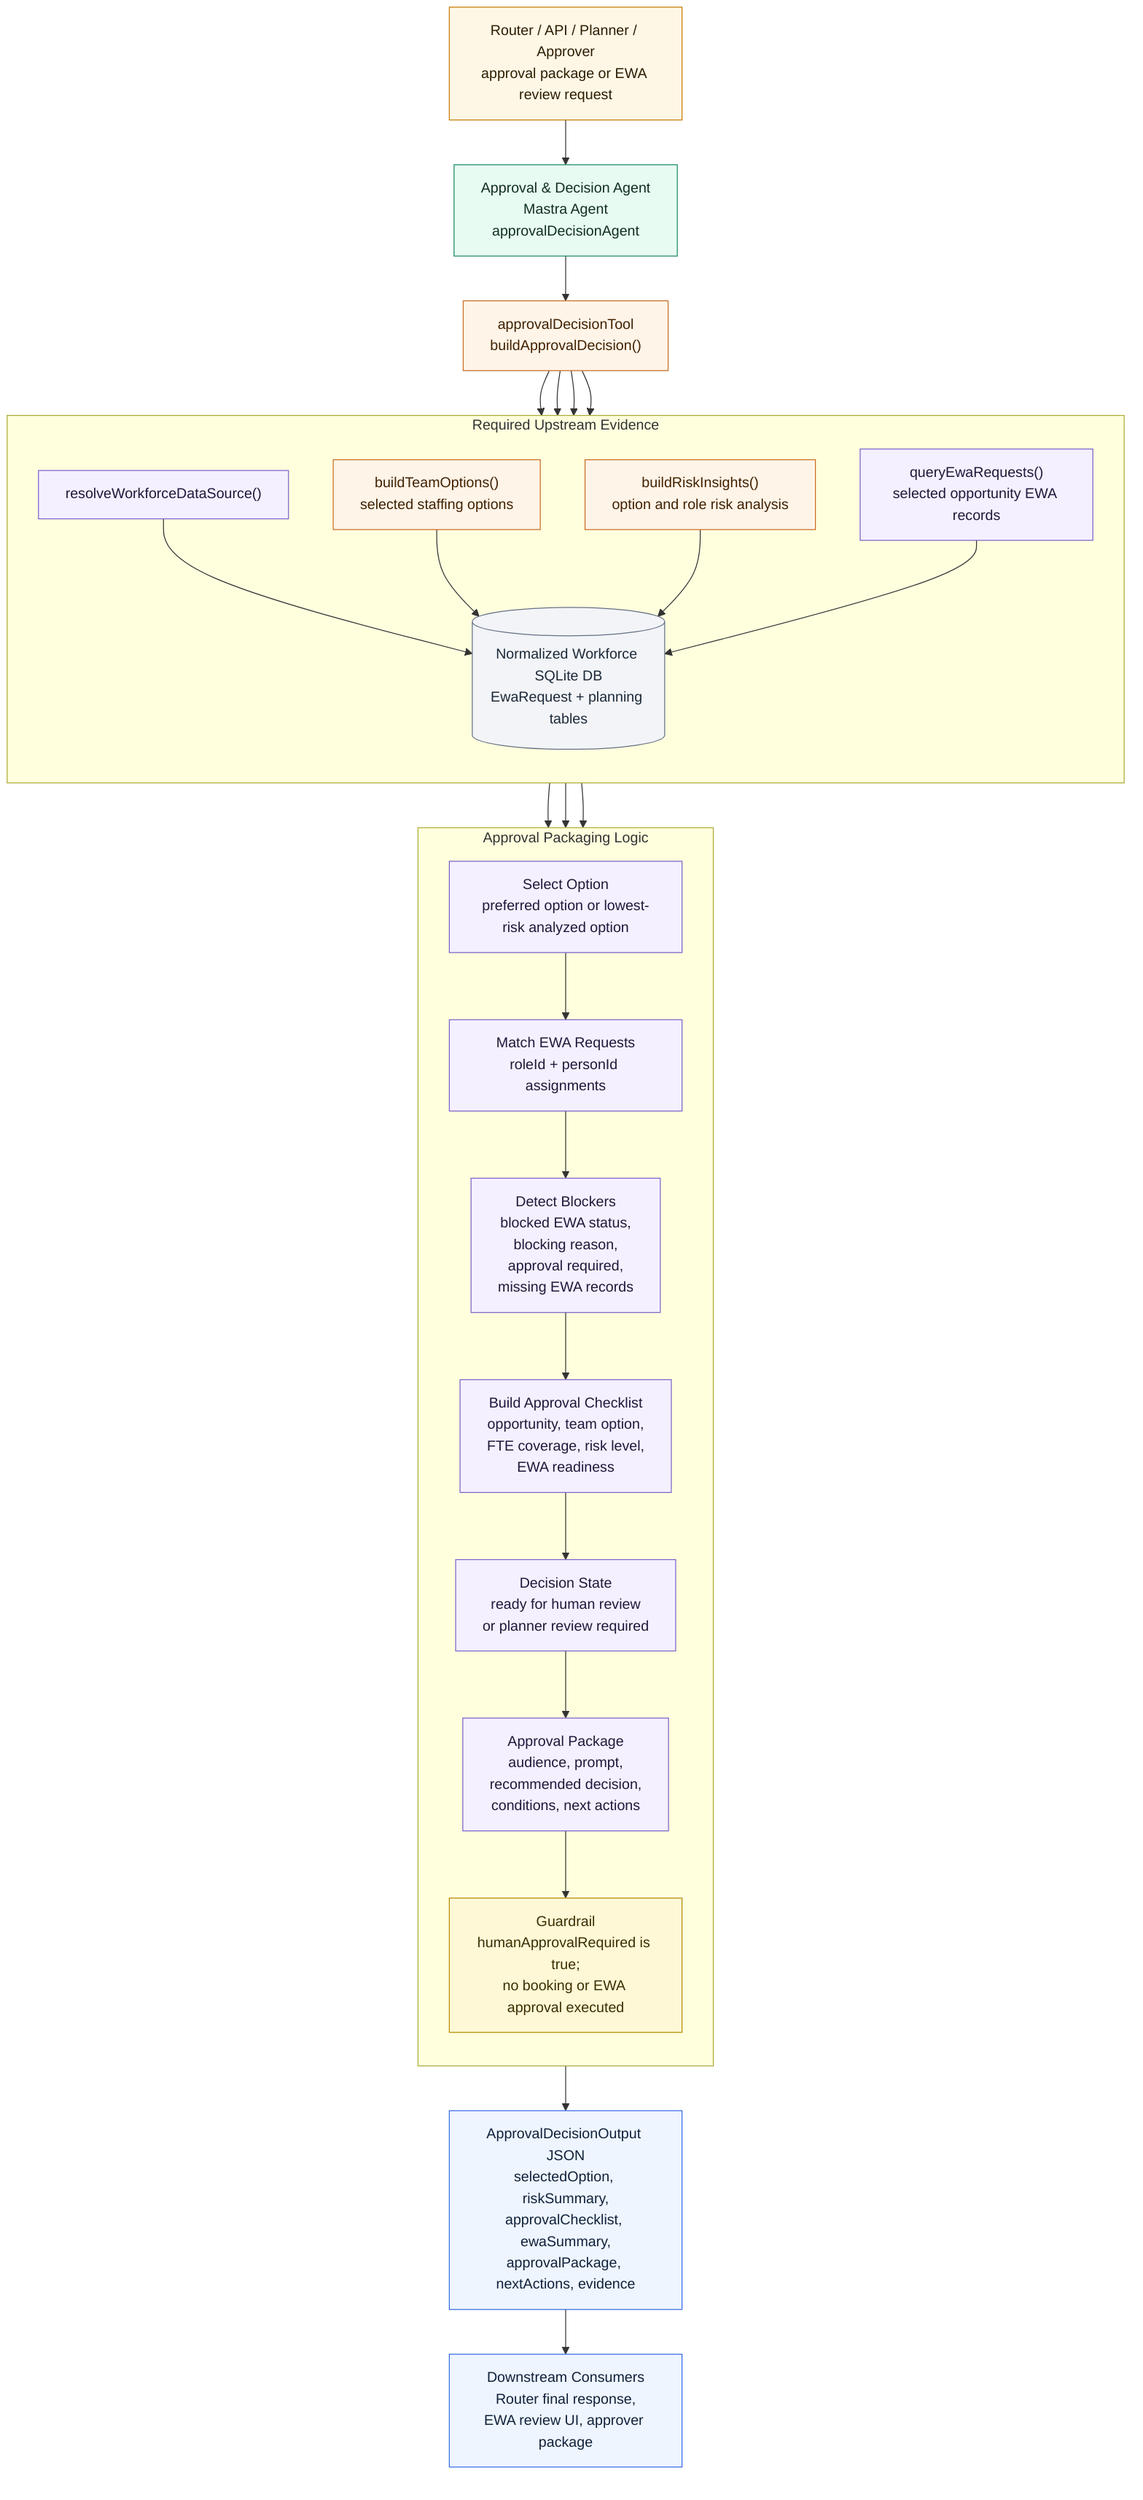
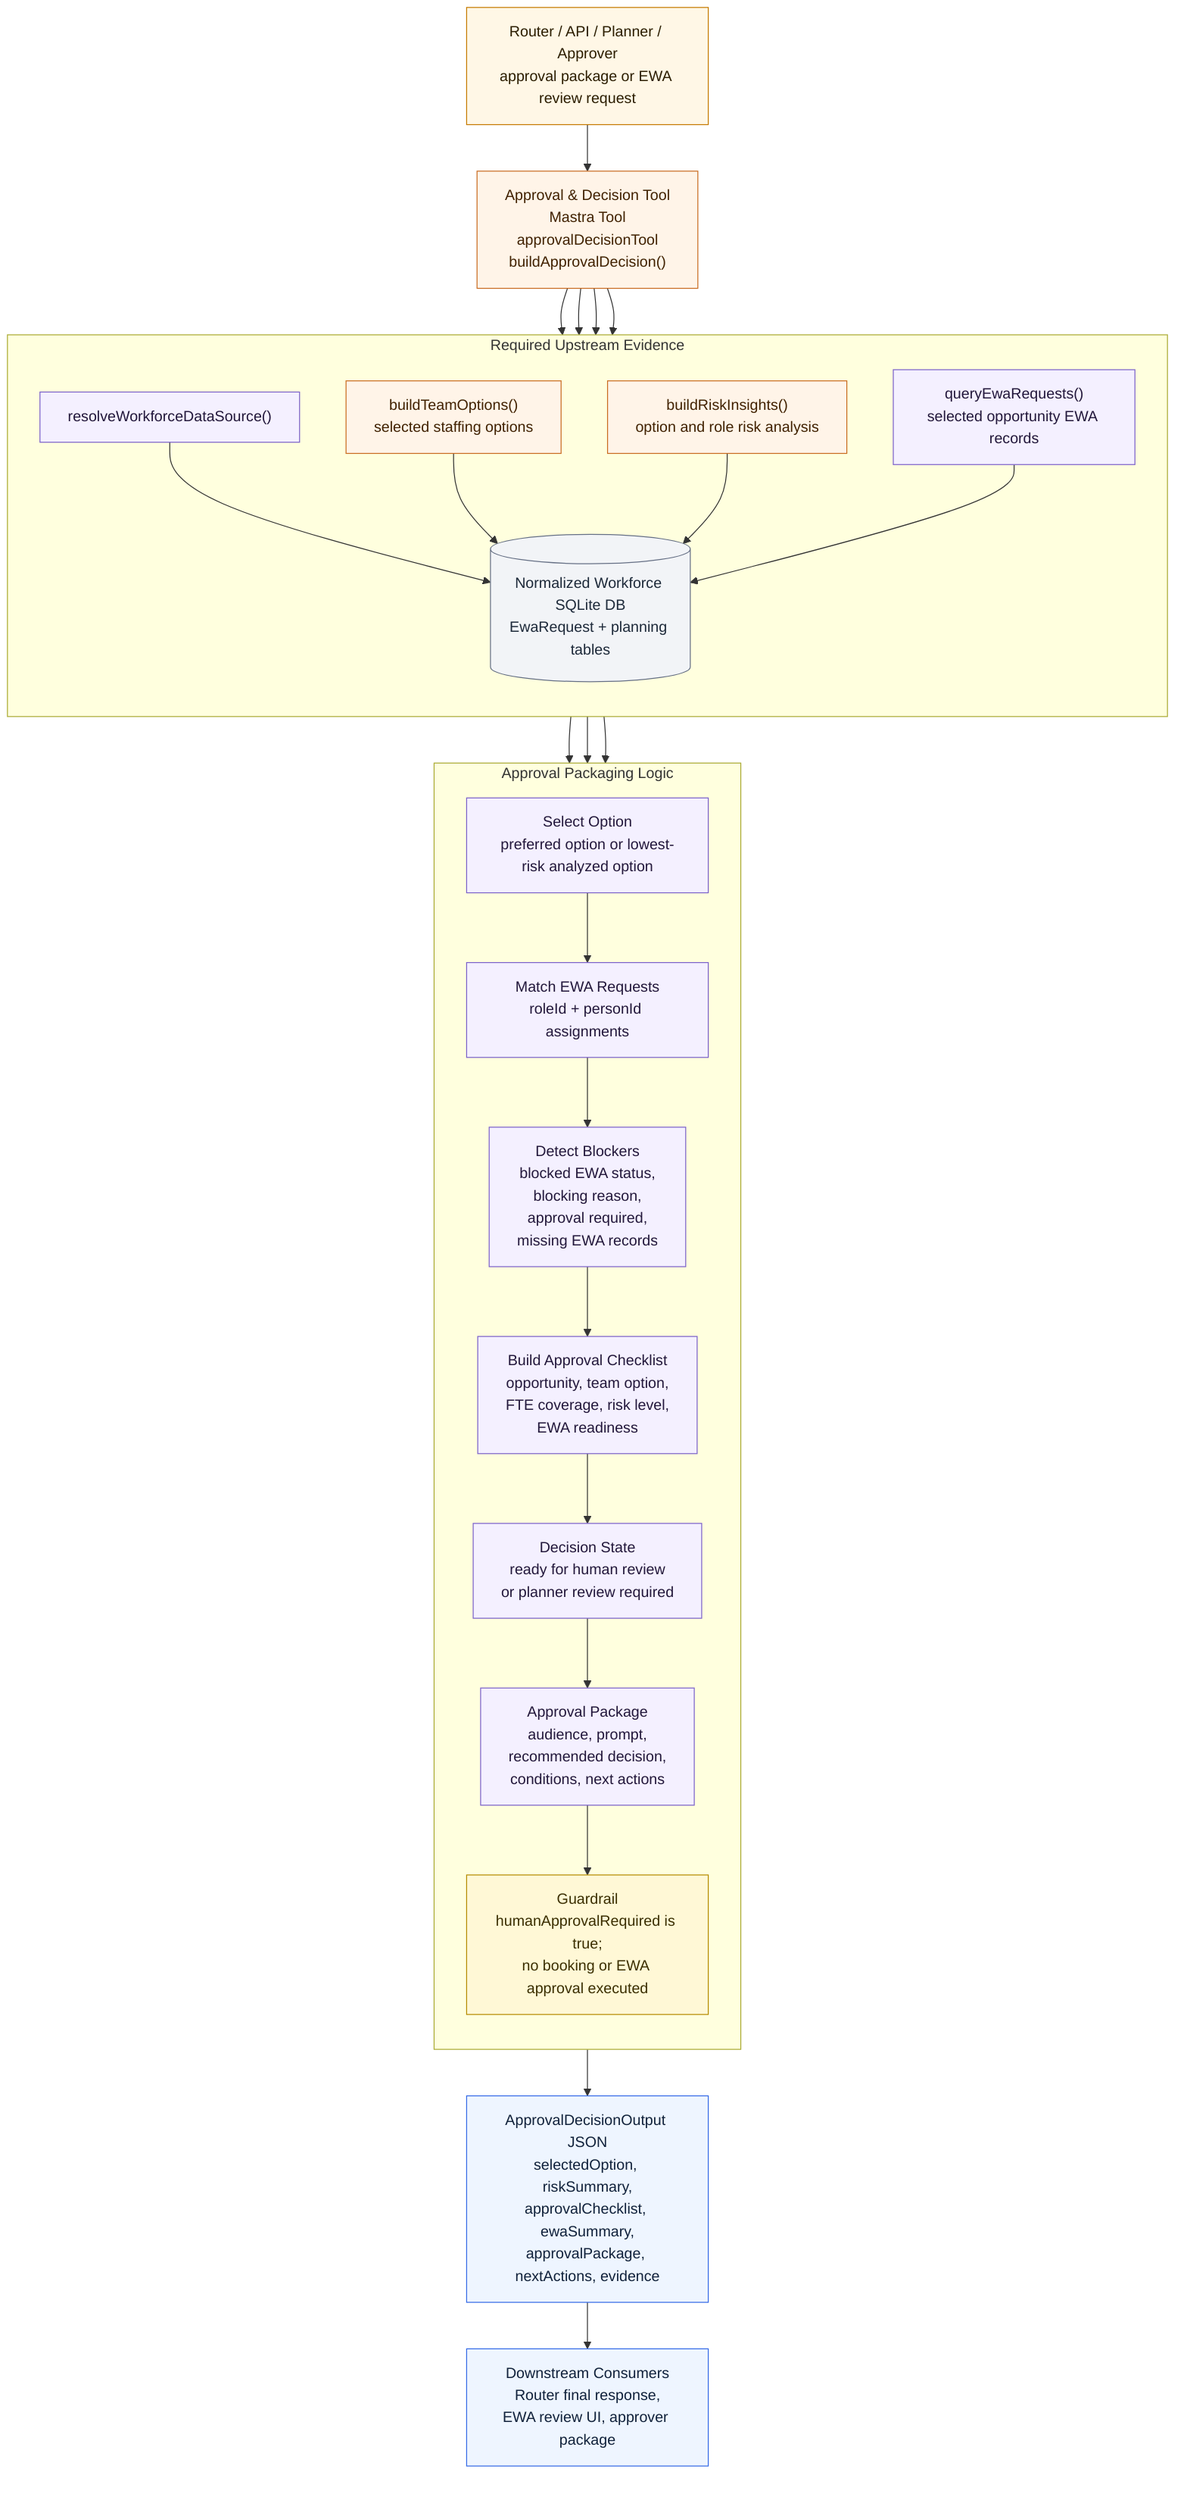
flowchart TD
    caller["Router / API / Planner / Approver<br/>approval package or EWA review request"]
-     agent["Approval & Decision Agent<br/>Mastra Agent<br/>approvalDecisionAgent"]
-     tool["approvalDecisionTool<br/>buildApprovalDecision()"]
+     tool["Approval & Decision Tool<br/>Mastra Tool<br/>approvalDecisionTool<br/>buildApprovalDecision()"]

    subgraph upstream["Required Upstream Evidence"]
        direction TB
        source["resolveWorkforceDataSource()"]
        teamBuilder["buildTeamOptions()<br/>selected staffing options"]
        riskInsights["buildRiskInsights()<br/>option and role risk analysis"]
        ewaQuery["queryEwaRequests()<br/>selected opportunity EWA records"]
        db[("Normalized Workforce SQLite DB<br/>EwaRequest + planning tables")]
    end

    subgraph logic["Approval Packaging Logic"]
        direction TB
        selectOption["Select Option<br/>preferred option or lowest-risk analyzed option"]
        compareEwa["Match EWA Requests<br/>roleId + personId assignments"]
        blockers["Detect Blockers<br/>blocked EWA status,<br/>blocking reason,<br/>approval required,<br/>missing EWA records"]
        checklist["Build Approval Checklist<br/>opportunity, team option,<br/>FTE coverage, risk level,<br/>EWA readiness"]
        decision["Decision State<br/>ready for human review<br/>or planner review required"]
        package["Approval Package<br/>audience, prompt,<br/>recommended decision,<br/>conditions, next actions"]
        guardrail["Guardrail<br/>humanApprovalRequired is true;<br/>no booking or EWA approval executed"]
    end

    outputJson["ApprovalDecisionOutput JSON<br/>selectedOption, riskSummary,<br/>approvalChecklist, ewaSummary,<br/>approvalPackage, nextActions, evidence"]
    downstream["Downstream Consumers<br/>Router final response,<br/>EWA review UI, approver package"]

-     caller --> agent --> tool --> source --> db
+     caller --> tool --> source --> db
    tool --> teamBuilder --> db
    tool --> riskInsights --> db
    tool --> ewaQuery --> db
    teamBuilder --> selectOption
    riskInsights --> selectOption
    ewaQuery --> compareEwa --> blockers --> checklist --> decision --> package --> guardrail --> outputJson
    selectOption --> compareEwa
    outputJson --> downstream

    classDef actor fill:#fff7e6,stroke:#c57a00,color:#2b1d00,stroke-width:1px;
-     classDef agentNode fill:#e8fbf3,stroke:#178a5d,color:#0f2f20,stroke-width:1px;
    classDef toolNode fill:#fff4e8,stroke:#c96b20,color:#402100,stroke-width:1px;
    classDef control fill:#f4f0ff,stroke:#7b61c9,color:#22173a,stroke-width:1px;
    classDef data fill:#f2f4f7,stroke:#667085,color:#1d2939,stroke-width:1px;
    classDef outputNode fill:#eef5ff,stroke:#356ae6,color:#10213a,stroke-width:1px;
    classDef guardrailNode fill:#fff8d6,stroke:#b58b00,color:#3a2e00,stroke-width:1px;

    class caller actor;
-     class agent agentNode;
    class tool,teamBuilder,riskInsights toolNode;
    class source,ewaQuery,selectOption,compareEwa,blockers,checklist,decision,package control;
    class guardrail guardrailNode;
    class db data;
    class outputJson,downstream outputNode;
